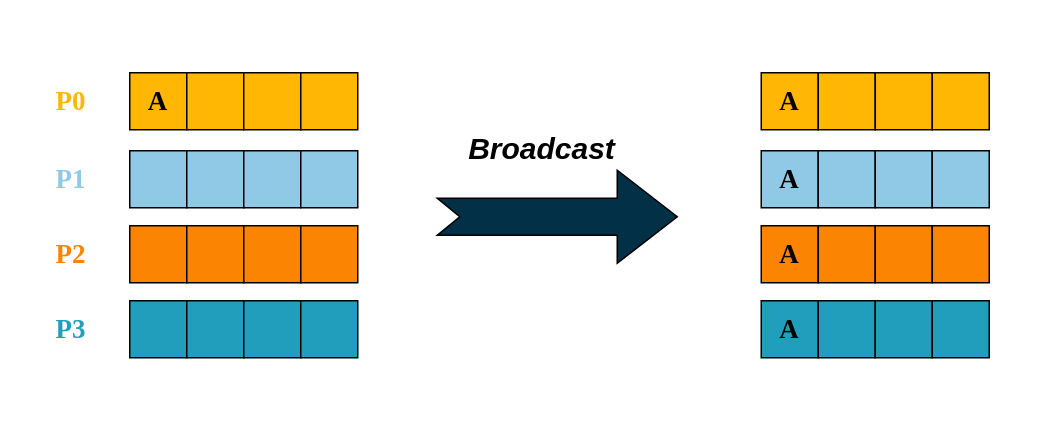
This is drawio/ch-mpi/broadcast.drawio from godaai/scale-py-zh, a draw.io file, before an edit. Source tidied: cells renumbered, new cells numbered last; positions are measured from the earlier drawing's top-left corner, leaving out a move shared by most shapes. Both pictures are drawn from the tidied source at 150%, with x=0, y=0 at pixel (26, 26).
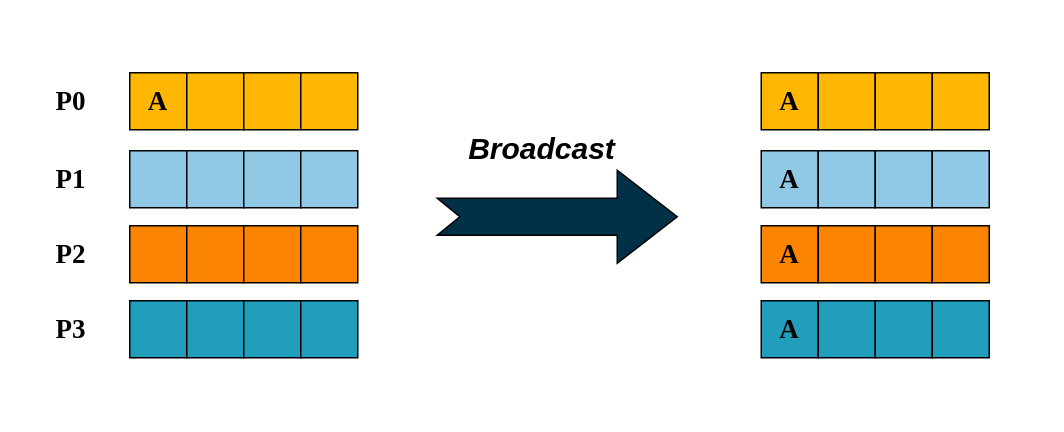
After the change.

The edit, as a diff of the source:
```diff
@@
-    <mxCell id="19" value="&lt;font color=&quot;#ffb703&quot; style=&quot;font-size: 18px;&quot; face=&quot;Times New Roman&quot;&gt;&lt;b&gt;P0&lt;/b&gt;&lt;/font&gt;" style="text;html=1;strokeColor=none;fillColor=none;align=center;verticalAlign=middle;whiteSpace=wrap;rounded=0;" parent="1" vertex="1">
+    <mxCell id="19" value="&lt;font style=&quot;font-size: 18px;&quot; face=&quot;Times New Roman&quot;&gt;&lt;b&gt;P0&lt;/b&gt;&lt;/font&gt;" style="text;html=1;strokeColor=none;fillColor=none;align=center;verticalAlign=middle;whiteSpace=wrap;rounded=0;fontColor=#000000;" parent="1" vertex="1">
       <mxGeometry y="35" width="60" height="30" as="geometry" />
     </mxCell>
-    <mxCell id="20" value="&lt;font color=&quot;#90c9e6&quot; style=&quot;font-size: 18px;&quot; face=&quot;Times New Roman&quot;&gt;&lt;b&gt;P1&lt;/b&gt;&lt;/font&gt;" style="text;html=1;strokeColor=none;fillColor=none;align=center;verticalAlign=middle;whiteSpace=wrap;rounded=0;" parent="1" vertex="1">
+    <mxCell id="20" value="&lt;font style=&quot;font-size: 18px;&quot; face=&quot;Times New Roman&quot;&gt;&lt;b&gt;P1&lt;/b&gt;&lt;/font&gt;" style="text;html=1;strokeColor=none;fillColor=none;align=center;verticalAlign=middle;whiteSpace=wrap;rounded=0;fontColor=#000000;" parent="1" vertex="1">
       <mxGeometry y="87" width="60" height="30" as="geometry" />
     </mxCell>
-    <mxCell id="21" value="&lt;font color=&quot;#fb8402&quot; style=&quot;font-size: 18px;&quot; face=&quot;Times New Roman&quot;&gt;&lt;b&gt;P2&lt;/b&gt;&lt;/font&gt;" style="text;html=1;strokeColor=none;fillColor=none;align=center;verticalAlign=middle;whiteSpace=wrap;rounded=0;" parent="1" vertex="1">
+    <mxCell id="21" value="&lt;font style=&quot;font-size: 18px;&quot; face=&quot;Times New Roman&quot;&gt;&lt;b&gt;P2&lt;/b&gt;&lt;/font&gt;" style="text;html=1;strokeColor=none;fillColor=none;align=center;verticalAlign=middle;whiteSpace=wrap;rounded=0;fontColor=#000000;" parent="1" vertex="1">
       <mxGeometry y="137" width="60" height="30" as="geometry" />
     </mxCell>
-    <mxCell id="22" value="&lt;font color=&quot;#219ebc&quot; style=&quot;font-size: 18px;&quot; face=&quot;Times New Roman&quot;&gt;&lt;b&gt;P3&lt;/b&gt;&lt;/font&gt;" style="text;html=1;strokeColor=none;fillColor=none;align=center;verticalAlign=middle;whiteSpace=wrap;rounded=0;" parent="1" vertex="1">
+    <mxCell id="22" value="&lt;font style=&quot;font-size: 18px;&quot; face=&quot;Times New Roman&quot;&gt;&lt;b&gt;P3&lt;/b&gt;&lt;/font&gt;" style="text;html=1;strokeColor=none;fillColor=none;align=center;verticalAlign=middle;whiteSpace=wrap;rounded=0;fontColor=#000000;" parent="1" vertex="1">
       <mxGeometry y="187" width="60" height="30" as="geometry" />
     </mxCell>
```
